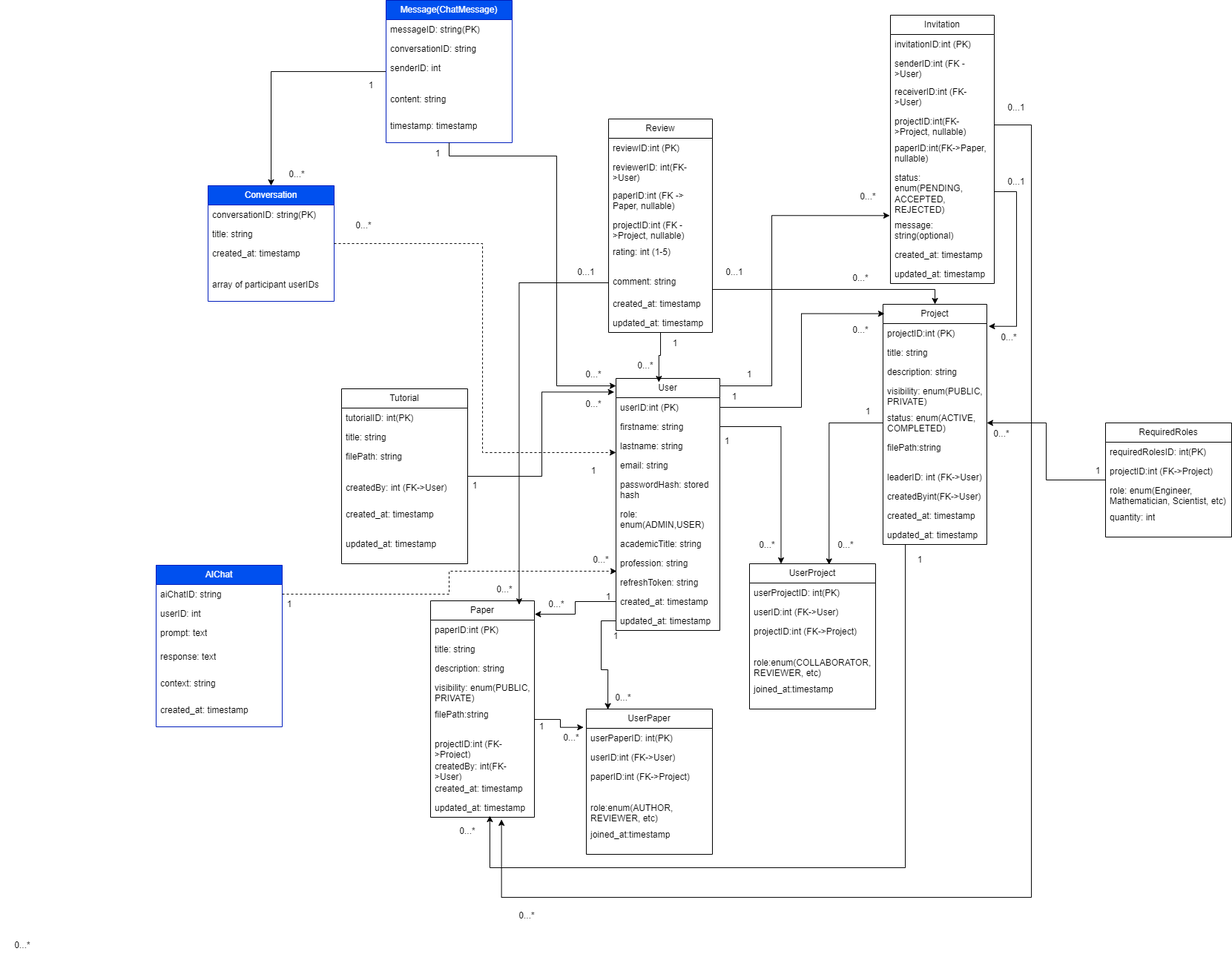
Earlier version of the draw.io export DOC/ERD of the project/SingularityExpress.drawio.png (ArbSahatqijaa/SingularityExpress). Source tidied: cells renumbered, new cells last; positions are measured from the earlier drawing's top-left corner, leaving out a move shared by most shapes.
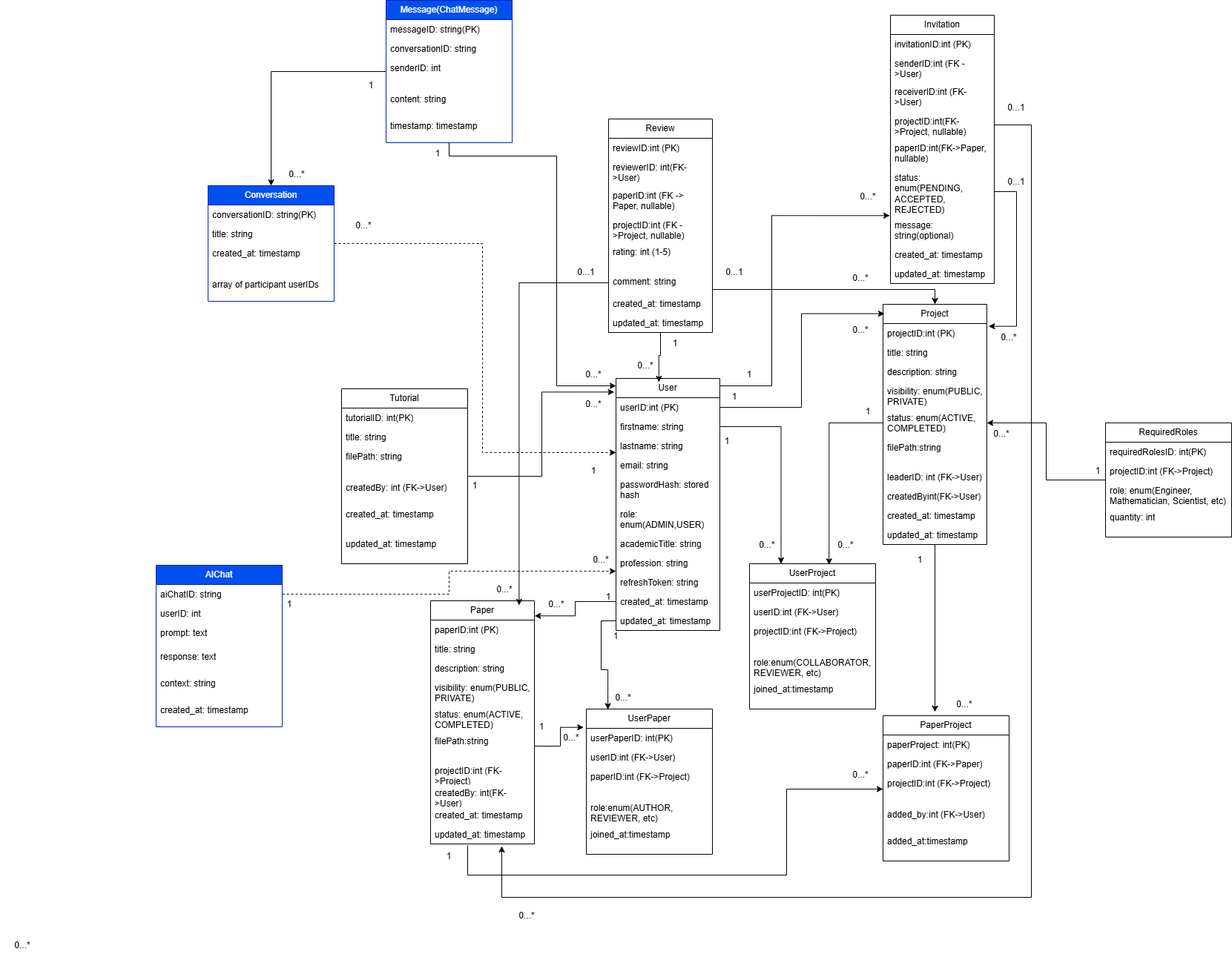
Above is the later version.

Commit message:
paper, user_project viewsets

The edit, as a diff of the source:
```diff
@@ -89,8 +89,19 @@
     <mxCell id="30" value="joined_at:timestamp" style="text;strokeColor=none;fillColor=none;align=left;verticalAlign=top;spacingLeft=4;spacingRight=4;overflow=hidden;whiteSpace=wrap;html=1;" parent="25" vertex="1">
       <mxGeometry y="156" width="170" height="40" as="geometry" />
     </mxCell>
+    <mxCell id="154" style="edgeStyle=orthogonalEdgeStyle;rounded=0;jettySize=auto;html=1;entryX=0;entryY=0.5;entryDx=0;entryDy=0;" parent="1" edge="1" target="159">
+      <mxGeometry relative="1" as="geometry">
+        <mxPoint x="630" y="1180" as="sourcePoint" />
+        <Array as="points">
+          <mxPoint x="630" y="1140" />
+          <mxPoint x="630" y="1180" />
+          <mxPoint x="1060" y="1180" />
+          <mxPoint x="1060" y="1064" />
+        </Array>
+      </mxGeometry>
+    </mxCell>
     <mxCell id="31" value="Paper" style="swimlane;fontStyle=0;horizontal=1;startSize=26;fillColor=none;whiteSpace=wrap;html=1;" parent="1" vertex="1">
-      <mxGeometry x="580" y="810" width="140" height="292" as="geometry" />
+      <mxGeometry x="580" y="810" width="140" height="328" as="geometry" />
     </mxCell>
     <mxCell id="32" value="paperID:int (PK)" style="text;strokeColor=none;fillColor=none;align=left;verticalAlign=top;spacingLeft=4;spacingRight=4;overflow=hidden;whiteSpace=wrap;html=1;" parent="31" vertex="1">
       <mxGeometry y="26" width="140" height="26" as="geometry" />
@@ -104,20 +115,23 @@
     <mxCell id="35" value="visibility: enum(PUBLIC, PRIVATE)" style="text;strokeColor=none;fillColor=none;align=left;verticalAlign=top;spacingLeft=4;spacingRight=4;overflow=hidden;whiteSpace=wrap;html=1;" parent="31" vertex="1">
       <mxGeometry y="104" width="140" height="36" as="geometry" />
     </mxCell>
+    <mxCell id="155" value="status: enum(ACTIVE, COMPLETED)" style="text;strokeColor=none;fillColor=none;align=left;verticalAlign=top;spacingLeft=4;spacingRight=4;overflow=hidden;whiteSpace=wrap;html=1;" parent="31" vertex="1">
+      <mxGeometry y="140" width="140" height="36" as="geometry" />
+    </mxCell>
     <mxCell id="36" value="filePath:string" style="text;strokeColor=none;fillColor=none;align=left;verticalAlign=top;spacingLeft=4;spacingRight=4;overflow=hidden;points=[[0,0.5],[1,0.5]];portConstraint=eastwest;whiteSpace=wrap;html=1;" parent="31" vertex="1">
-      <mxGeometry y="140" width="140" height="40" as="geometry" />
+      <mxGeometry y="176" width="140" height="40" as="geometry" />
     </mxCell>
     <mxCell id="37" value="projectID:int (FK-&amp;gt;Project)" style="text;strokeColor=none;fillColor=none;align=left;verticalAlign=top;spacingLeft=4;spacingRight=4;overflow=hidden;whiteSpace=wrap;html=1;" parent="31" vertex="1">
-      <mxGeometry y="180" width="140" height="30" as="geometry" />
+      <mxGeometry y="216" width="140" height="30" as="geometry" />
     </mxCell>
     <mxCell id="38" value="createdBy: int(FK-&amp;gt;User)" style="text;strokeColor=none;fillColor=none;align=left;verticalAlign=top;spacingLeft=4;spacingRight=4;overflow=hidden;whiteSpace=wrap;html=1;" parent="31" vertex="1">
-      <mxGeometry y="210" width="140" height="30" as="geometry" />
+      <mxGeometry y="246" width="140" height="30" as="geometry" />
     </mxCell>
     <mxCell id="39" value="created_at: timestamp" style="text;strokeColor=none;fillColor=none;align=left;verticalAlign=top;spacingLeft=4;spacingRight=4;overflow=hidden;whiteSpace=wrap;html=1;" parent="31" vertex="1">
-      <mxGeometry y="240" width="140" height="26" as="geometry" />
+      <mxGeometry y="276" width="140" height="26" as="geometry" />
     </mxCell>
     <mxCell id="40" value="updated_at: timestamp" style="text;strokeColor=none;fillColor=none;align=left;verticalAlign=top;spacingLeft=4;spacingRight=4;overflow=hidden;points=[[0,0.5],[1,0.5]];portConstraint=eastwest;whiteSpace=wrap;html=1;" parent="31" vertex="1">
-      <mxGeometry y="266" width="140" height="26" as="geometry" />
+      <mxGeometry y="302" width="140" height="26" as="geometry" />
     </mxCell>
     <mxCell id="41" value="UserPaper" style="swimlane;fontStyle=0;horizontal=1;startSize=26;fillColor=none;whiteSpace=wrap;html=1;" parent="1" vertex="1">
       <mxGeometry x="790" y="956" width="170" height="196" as="geometry" />
@@ -344,20 +358,9 @@
     <mxCell id="115" value="0...*" style="text;html=1;align=center;verticalAlign=middle;whiteSpace=wrap;rounded=0;" parent="1" vertex="1">
       <mxGeometry x="740" y="980" width="60" height="30" as="geometry" />
     </mxCell>
-    <mxCell id="116" style="edgeStyle=orthogonalEdgeStyle;rounded=0;jettySize=auto;html=1;entryX=0.571;entryY=0.923;entryDx=0;entryDy=0;entryPerimeter=0;" parent="1" edge="1" source="24" target="40">
-      <mxGeometry relative="1" as="geometry">
-        <Array as="points">
-          <mxPoint x="1220" y="1170" />
-          <mxPoint x="660" y="1170" />
-        </Array>
-      </mxGeometry>
-    </mxCell>
     <mxCell id="117" value="1" style="text;html=1;align=center;verticalAlign=middle;whiteSpace=wrap;rounded=0;" parent="1" vertex="1">
       <mxGeometry x="1210" y="740" width="60" height="30" as="geometry" />
     </mxCell>
-    <mxCell id="118" value="0...*" style="text;html=1;align=center;verticalAlign=middle;whiteSpace=wrap;rounded=0;" parent="1" vertex="1">
-      <mxGeometry x="600" y="1106" width="60" height="30" as="geometry" />
-    </mxCell>
     <mxCell id="119" style="edgeStyle=orthogonalEdgeStyle;rounded=0;jettySize=auto;html=1;entryX=-0.007;entryY=1.005;entryDx=0;entryDy=0;entryPerimeter=0;" parent="1" edge="1" source="2" target="53">
       <mxGeometry relative="1" as="geometry">
         <Array as="points">
@@ -386,8 +389,9 @@
     <mxCell id="124" value="0...*" style="text;html=1;align=center;verticalAlign=middle;whiteSpace=wrap;rounded=0;" parent="1" vertex="1">
       <mxGeometry x="1330" y="440" width="60" height="30" as="geometry" />
     </mxCell>
-    <mxCell id="125" style="edgeStyle=orthogonalEdgeStyle;rounded=0;jettySize=auto;html=1;entryX=0.683;entryY=1.115;entryDx=0;entryDy=0;entryPerimeter=0;" parent="1" edge="1" source="51" target="40">
+    <mxCell id="125" style="edgeStyle=orthogonalEdgeStyle;rounded=0;jettySize=auto;html=1;" parent="1" edge="1" source="51">
       <mxGeometry relative="1" as="geometry">
+        <mxPoint x="676" y="1141" as="targetPoint" />
         <Array as="points">
           <mxPoint x="1390" y="168" />
           <mxPoint x="1390" y="1210" />
@@ -501,5 +505,35 @@
     <mxCell id="153" value="0...*" style="text;html=1;align=center;verticalAlign=middle;whiteSpace=wrap;rounded=0;" parent="1" vertex="1">
       <mxGeometry x="780" y="740" width="60" height="30" as="geometry" />
     </mxCell>
+    <mxCell id="156" value="PaperProject" style="swimlane;fontStyle=0;horizontal=1;startSize=26;fillColor=none;whiteSpace=wrap;html=1;" parent="1" vertex="1">
+      <mxGeometry x="1190" y="965" width="170" height="196" as="geometry" />
+    </mxCell>
+    <mxCell id="157" value="paperProject: int(PK)" style="text;strokeColor=none;fillColor=none;align=left;verticalAlign=top;spacingLeft=4;spacingRight=4;overflow=hidden;whiteSpace=wrap;html=1;" parent="156" vertex="1">
+      <mxGeometry y="26" width="170" height="26" as="geometry" />
+    </mxCell>
+    <mxCell id="158" value="paperID:int (FK-&amp;gt;Paper)" style="text;strokeColor=none;fillColor=none;align=left;verticalAlign=top;spacingLeft=4;spacingRight=4;overflow=hidden;whiteSpace=wrap;html=1;" parent="156" vertex="1">
+      <mxGeometry y="52" width="170" height="26" as="geometry" />
+    </mxCell>
+    <mxCell id="159" value="projectID:int (FK-&amp;gt;Project)" style="text;strokeColor=none;fillColor=none;align=left;verticalAlign=top;spacingLeft=4;spacingRight=4;overflow=hidden;points=[[0,0.5],[1,0.5]];portConstraint=eastwest;whiteSpace=wrap;html=1;" parent="156" vertex="1">
+      <mxGeometry y="78" width="170" height="42" as="geometry" />
+    </mxCell>
+    <mxCell id="160" value="added_by:int (FK-&amp;gt;User)" style="text;strokeColor=none;fillColor=none;align=left;verticalAlign=top;spacingLeft=4;spacingRight=4;overflow=hidden;whiteSpace=wrap;html=1;" parent="156" vertex="1">
+      <mxGeometry y="120" width="170" height="36" as="geometry" />
+    </mxCell>
+    <mxCell id="161" value="added_at:timestamp" style="text;strokeColor=none;fillColor=none;align=left;verticalAlign=top;spacingLeft=4;spacingRight=4;overflow=hidden;whiteSpace=wrap;html=1;" parent="156" vertex="1">
+      <mxGeometry y="156" width="170" height="40" as="geometry" />
+    </mxCell>
+    <mxCell id="162" value="1" style="text;html=1;align=center;verticalAlign=middle;whiteSpace=wrap;rounded=0;" parent="1" vertex="1">
+      <mxGeometry x="575" y="1140" width="60" height="30" as="geometry" />
+    </mxCell>
+    <mxCell id="163" value="0...*" style="text;html=1;align=center;verticalAlign=middle;whiteSpace=wrap;rounded=0;" parent="1" vertex="1">
+      <mxGeometry x="1130" y="1030" width="60" height="30" as="geometry" />
+    </mxCell>
+    <mxCell id="164" style="edgeStyle=orthogonalEdgeStyle;rounded=0;jettySize=auto;html=1;entryX=0.412;entryY=-0.026;entryDx=0;entryDy=0;entryPerimeter=0;exitX=0.5;exitY=1;exitDx=0;exitDy=0;" parent="1" edge="1" source="14" target="156">
+      <mxGeometry relative="1" as="geometry" />
+    </mxCell>
+    <mxCell id="165" value="0...*" style="text;html=1;align=center;verticalAlign=middle;whiteSpace=wrap;rounded=0;" parent="1" vertex="1">
+      <mxGeometry x="1270" y="935" width="60" height="30" as="geometry" />
+    </mxCell>
   </root>
 </mxGraphModel>
```
